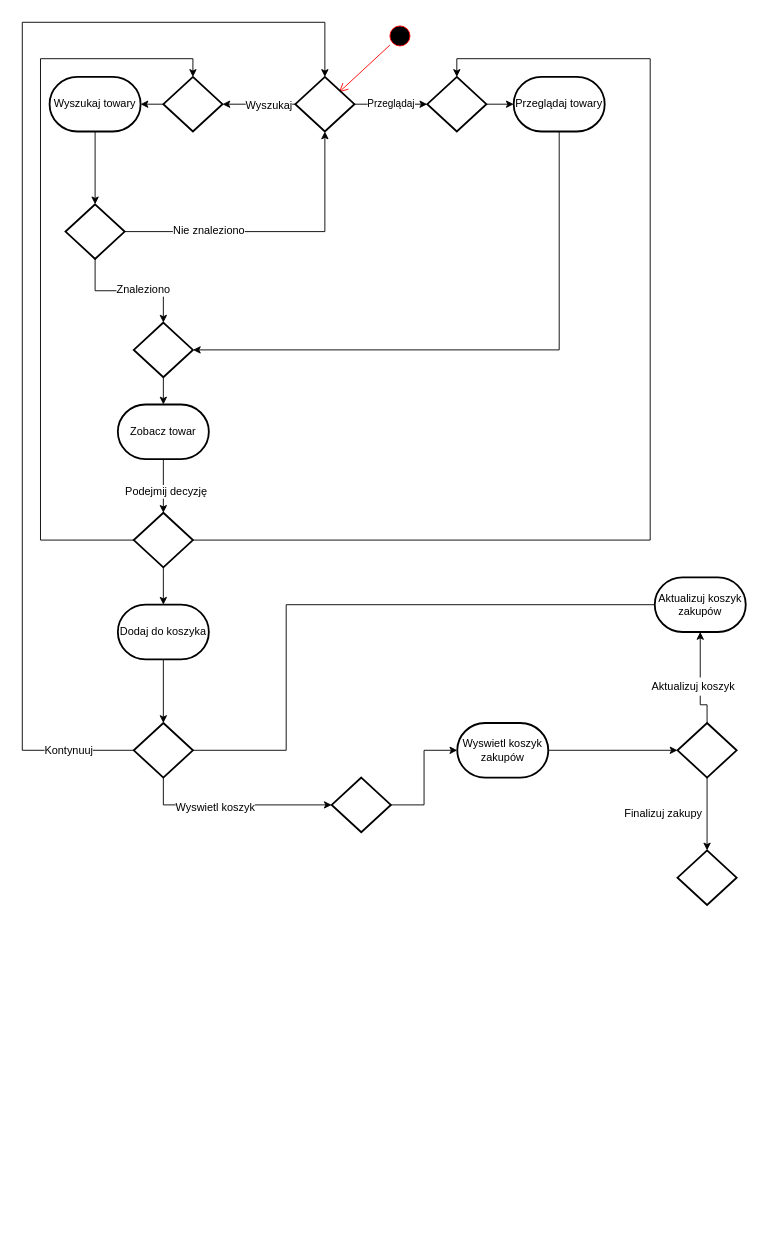
Before: Projekt3.drawio in kamilmix/e-learning_UCD, a draw.io diagram. Source tidied: cells renumbered, new cells numbered last; positions are measured from the earlier drawing's top-left corner, leaving out a move shared by most shapes. Both pictures are drawn from the tidied source at 91%, with x=0, y=0 at pixel (22, 22).
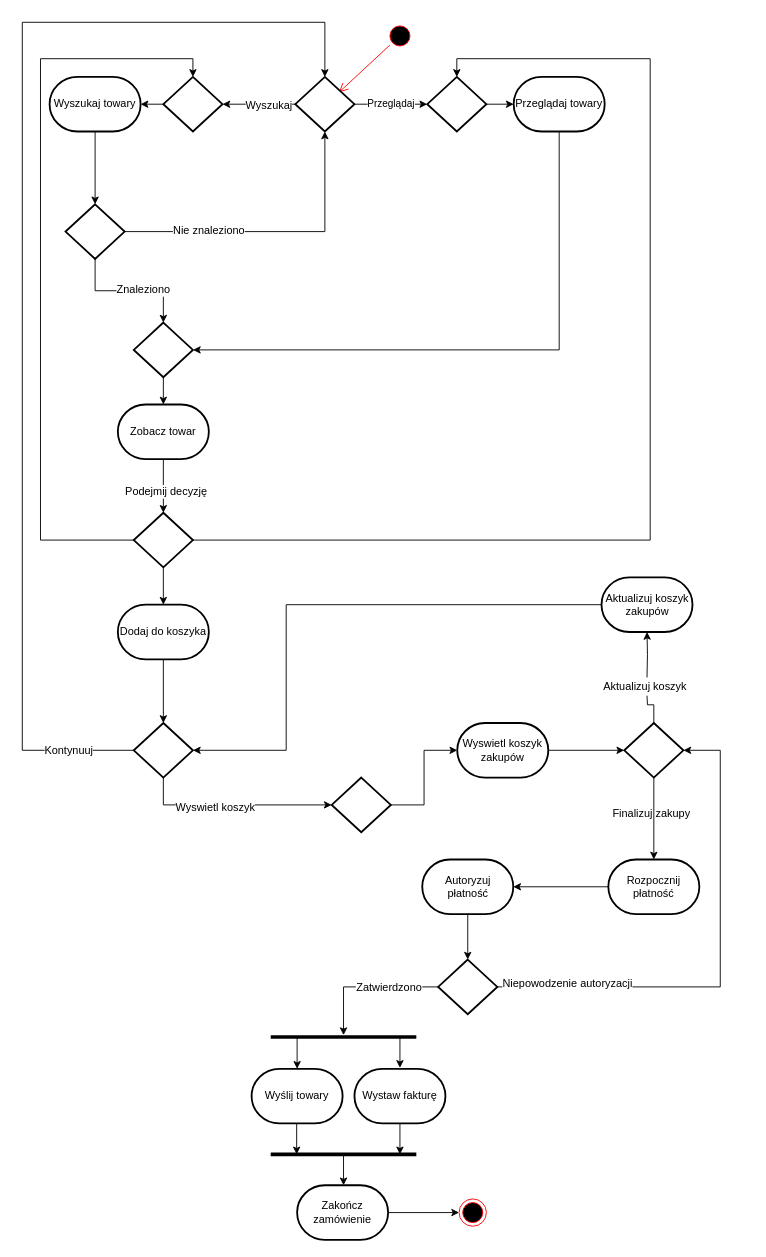
Above is the later version.

The change refers to these unchanged cells:
```xml
<mxCell id="36" style="strokeWidth=2;html=1;shape=mxgraph.flowchart.decision;whiteSpace=wrap;" parent="1" vertex="1">
  <mxGeometry x="122.5" y="770" width="65" height="60" as="geometry" />
</mxCell>
```

Diff of the diagram source:
```diff
@@
-    <mxCell id="41" style="edgeStyle=orthogonalEdgeStyle;rounded=0;jettySize=auto;html=1;" parent="1" edge="1" source="43" target="44">
+    <mxCell id="41" style="edgeStyle=orthogonalEdgeStyle;rounded=0;jettySize=auto;html=1;entryX=0.5;entryY=0;entryDx=0;entryDy=0;entryPerimeter=0;" parent="1" edge="1" source="43" target="51">
       <mxGeometry relative="1" as="geometry">
         <Array as="points">
-          <mxPoint x="753" y="880" />
-          <mxPoint x="753" y="880" />
+          <mxPoint x="694.5" y="920" />
         </Array>
       </mxGeometry>
     </mxCell>
-    <mxCell id="42" style="edgeStyle=orthogonalEdgeStyle;rounded=0;jettySize=auto;html=1;entryX=0.5;entryY=1;entryDx=0;entryDy=0;entryPerimeter=0;" parent="1" edge="1" source="45" target="48">
-      <mxGeometry relative="1" as="geometry" />
+    <mxCell id="42" style="edgeStyle=orthogonalEdgeStyle;rounded=0;jettySize=auto;html=1;entryX=0.5;entryY=1;entryDx=0;entryDy=0;entryPerimeter=0;" parent="1" edge="1" target="48">
+      <mxGeometry relative="1" as="geometry">
+        <mxPoint x="686.5" y="720" as="sourcePoint" />
+      </mxGeometry>
     </mxCell>
     <mxCell id="43" style="strokeWidth=2;html=1;shape=mxgraph.flowchart.decision;whiteSpace=wrap;" parent="1" vertex="1">
-      <mxGeometry x="720" y="770" width="65" height="60" as="geometry" />
+      <mxGeometry x="661.5" y="770" width="65" height="60" as="geometry" />
     </mxCell>
-    <mxCell id="44" style="strokeWidth=2;html=1;shape=mxgraph.flowchart.decision;whiteSpace=wrap;" parent="1" vertex="1">
-      <mxGeometry x="720" y="910" width="65" height="60" as="geometry" />
-    </mxCell>
     <mxCell id="45" value="Aktualizuj koszyk" style="text;html=1;points=[];align=left;verticalAlign=top;spacingTop=-4;" parent="1" vertex="1">
-      <mxGeometry x="690" y="720" width="110" height="20" as="geometry" />
+      <mxGeometry x="636.5" y="720" width="110" height="20" as="geometry" />
     </mxCell>
-    <mxCell id="46" style="edgeStyle=orthogonalEdgeStyle;rounded=0;jettySize=auto;html=1;endArrow=none;endFill=0;" parent="1" edge="1" source="43" target="45">
-      <mxGeometry relative="1" as="geometry" />
+    <mxCell id="46" style="edgeStyle=orthogonalEdgeStyle;rounded=0;jettySize=auto;html=1;endArrow=none;endFill=0;" parent="1" edge="1" source="43">
+      <mxGeometry relative="1" as="geometry">
+        <mxPoint x="686.5" y="740" as="targetPoint" />
+      </mxGeometry>
     </mxCell>
-    <mxCell id="47" style="edgeStyle=orthogonalEdgeStyle;rounded=0;jettySize=auto;html=1;exitX=0;exitY=0.5;exitDx=0;exitDy=0;exitPerimeter=0;entryX=1;entryY=0.5;entryDx=0;entryDy=0;entryPerimeter=0;endArrow=none;endFill=0;" parent="1" edge="1" source="48" target="36">
+    <mxCell id="47" style="edgeStyle=orthogonalEdgeStyle;rounded=0;jettySize=auto;html=1;exitX=0;exitY=0.5;exitDx=0;exitDy=0;exitPerimeter=0;entryX=1;entryY=0.5;entryDx=0;entryDy=0;entryPerimeter=0;endArrow=classic;endFill=1;" parent="1" edge="1" source="48" target="36">
       <mxGeometry relative="1" as="geometry">
         <Array as="points">
           <mxPoint x="290" y="640" />
           <mxPoint x="290" y="800" />
         </Array>
       </mxGeometry>
     </mxCell>
     <mxCell id="48" value="Aktualizuj koszyk zakupów" style="strokeWidth=2;html=1;shape=mxgraph.flowchart.terminator;whiteSpace=wrap;" parent="1" vertex="1">
-      <mxGeometry x="695" y="610" width="100" height="60" as="geometry" />
+      <mxGeometry x="636.5" y="610" width="100" height="60" as="geometry" />
     </mxCell>
     <mxCell id="49" value="Finalizuj zakupy" style="text;html=1;align=left;verticalAlign=top;spacingTop=-4;" parent="1" vertex="1">
-      <mxGeometry x="660" y="860" width="100" height="20" as="geometry" />
+      <mxGeometry x="646.5" y="860" width="100" height="20" as="geometry" />
     </mxCell>
+    <mxCell id="50" style="edgeStyle=orthogonalEdgeStyle;rounded=0;jettySize=auto;html=1;entryX=1;entryY=0.5;entryDx=0;entryDy=0;entryPerimeter=0;endArrow=classic;endFill=1;" parent="1" edge="1" source="51" target="53">
+      <mxGeometry relative="1" as="geometry" />
+    </mxCell>
+    <mxCell id="51" value="Rozpocznij płatność" style="strokeWidth=2;html=1;shape=mxgraph.flowchart.terminator;whiteSpace=wrap;" parent="1" vertex="1">
+      <mxGeometry x="644" y="920" width="100" height="60" as="geometry" />
+    </mxCell>
+    <mxCell id="52" style="edgeStyle=orthogonalEdgeStyle;rounded=0;jettySize=auto;html=1;exitX=0.5;exitY=1;exitDx=0;exitDy=0;exitPerimeter=0;endArrow=classic;endFill=1;entryX=0.5;entryY=0;entryDx=0;entryDy=0;entryPerimeter=0;" parent="1" edge="1" source="53" target="70">
+      <mxGeometry relative="1" as="geometry" />
+    </mxCell>
+    <mxCell id="53" value="Autoryzuj płatność" style="strokeWidth=2;html=1;shape=mxgraph.flowchart.terminator;whiteSpace=wrap;" parent="1" vertex="1">
+      <mxGeometry x="439.5" y="920" width="100" height="60" as="geometry" />
+    </mxCell>
+    <mxCell id="54" value="Wyślij towary" style="strokeWidth=2;html=1;shape=mxgraph.flowchart.terminator;whiteSpace=wrap;" parent="1" vertex="1">
+      <mxGeometry x="252" y="1150" width="100" height="60" as="geometry" />
+    </mxCell>
+    <mxCell id="55" value="Wystaw fakturę" style="strokeWidth=2;html=1;shape=mxgraph.flowchart.terminator;whiteSpace=wrap;" parent="1" vertex="1">
+      <mxGeometry x="365" y="1150" width="100" height="60" as="geometry" />
+    </mxCell>
+    <mxCell id="56" style="line;strokeWidth=4;html=1;perimeter=backbonePerimeter;points=[];outlineConnect=0;" parent="1" vertex="1">
+      <mxGeometry x="273" y="1110" width="160" height="10" as="geometry" />
+    </mxCell>
+    <mxCell id="57" style="endArrow=classic;html=1;entryX=0.5;entryY=0;entryDx=0;entryDy=0;entryPerimeter=0;" parent="1" edge="1" source="56" target="54">
+      <mxGeometry relative="1" as="geometry" />
+    </mxCell>
+    <mxCell id="58" style="endArrow=classic;html=1;entryX=0.5;entryY=0;entryDx=0;entryDy=0;entryPerimeter=0;" parent="1" edge="1">
+      <mxGeometry relative="1" as="geometry">
+        <mxPoint x="415" y="1115" as="sourcePoint" />
+        <mxPoint x="415" y="1149" as="targetPoint" />
+      </mxGeometry>
+    </mxCell>
+    <mxCell id="59" style="line;strokeWidth=4;html=1;perimeter=backbonePerimeter;" parent="1" vertex="1">
+      <mxGeometry x="273" y="1239" width="160" height="10" as="geometry" />
+    </mxCell>
+    <mxCell id="60" style="edgeStyle=orthogonalEdgeStyle;rounded=0;jettySize=auto;html=1;exitX=1;exitY=0.5;exitDx=0;exitDy=0;exitPerimeter=0;endArrow=classic;endFill=1;" parent="1" edge="1" source="61" target="65">
+      <mxGeometry relative="1" as="geometry" />
+    </mxCell>
+    <mxCell id="61" value="Zakończ zamówienie" style="strokeWidth=2;html=1;shape=mxgraph.flowchart.terminator;whiteSpace=wrap;" parent="1" vertex="1">
+      <mxGeometry x="302" y="1278" width="100" height="60" as="geometry" />
+    </mxCell>
+    <mxCell id="62" style="endArrow=classic;html=1;entryX=0.5;entryY=0;entryDx=0;entryDy=0;entryPerimeter=0;" parent="1" edge="1">
+      <mxGeometry relative="1" as="geometry">
+        <mxPoint x="301.5" y="1210" as="sourcePoint" />
+        <mxPoint x="301.5" y="1244" as="targetPoint" />
+      </mxGeometry>
+    </mxCell>
+    <mxCell id="63" style="endArrow=classic;html=1;entryX=0.5;entryY=0;entryDx=0;entryDy=0;entryPerimeter=0;" parent="1" edge="1">
+      <mxGeometry relative="1" as="geometry">
+        <mxPoint x="415" y="1210" as="sourcePoint" />
+        <mxPoint x="415" y="1244" as="targetPoint" />
+      </mxGeometry>
+    </mxCell>
+    <mxCell id="64" style="endArrow=classic;html=1;entryX=0.5;entryY=0;entryDx=0;entryDy=0;entryPerimeter=0;" parent="1" edge="1">
+      <mxGeometry relative="1" as="geometry">
+        <mxPoint x="353" y="1244" as="sourcePoint" />
+        <mxPoint x="353" y="1278" as="targetPoint" />
+      </mxGeometry>
+    </mxCell>
+    <mxCell id="65" style="ellipse;html=1;shape=endState;fillColor=#000000;strokeColor=#ff0000;" parent="1" vertex="1">
+      <mxGeometry x="480" y="1293" width="30" height="30" as="geometry" />
+    </mxCell>
+    <mxCell id="66" style="edgeStyle=orthogonalEdgeStyle;rounded=0;jettySize=auto;html=1;exitX=1;exitY=0.5;exitDx=0;exitDy=0;exitPerimeter=0;entryX=1;entryY=0.5;entryDx=0;entryDy=0;entryPerimeter=0;endArrow=classic;endFill=1;" parent="1" edge="1" source="70" target="43">
+      <mxGeometry relative="1" as="geometry">
+        <Array as="points">
+          <mxPoint x="767" y="1060" />
+          <mxPoint x="767" y="800" />
+        </Array>
+      </mxGeometry>
+    </mxCell>
+    <mxCell id="67" value="Niepowodzenie autoryzacji" style="text;html=1;align=center;verticalAlign=middle;labelBackgroundColor=#ffffff;" parent="66" vertex="1">
+      <mxGeometry x="-0.72" y="4" relative="1" as="geometry" />
+    </mxCell>
+    <mxCell id="68" style="edgeStyle=orthogonalEdgeStyle;rounded=0;jettySize=auto;html=1;exitX=0;exitY=0.5;exitDx=0;exitDy=0;exitPerimeter=0;endArrow=classic;endFill=1;" parent="1" edge="1" source="70" target="56">
+      <mxGeometry relative="1" as="geometry" />
+    </mxCell>
+    <mxCell id="69" value="Zatwierdzono" style="text;html=1;align=center;verticalAlign=middle;labelBackgroundColor=#ffffff;direction=south;" parent="68" vertex="1">
+      <mxGeometry x="0.05" y="-1" relative="1" as="geometry">
+        <mxPoint x="27" y="1" as="offset" />
+      </mxGeometry>
+    </mxCell>
+    <mxCell id="70" style="strokeWidth=2;html=1;shape=mxgraph.flowchart.decision;whiteSpace=wrap;" parent="1" vertex="1">
+      <mxGeometry x="457" y="1030" width="65" height="60" as="geometry" />
+    </mxCell>
```
